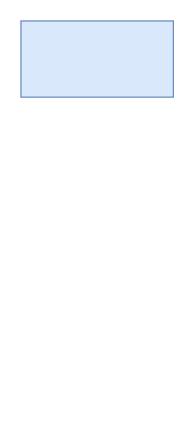
This is mysql.drawio from cuitao1998/diagram, a draw.io file, before an edit. Source tidied: cells renumbered, new cells numbered last; positions are measured from the earlier drawing's top-left corner, leaving out a move shared by most shapes. Both pictures are drawn from the tidied source at 127%, with x=0, y=0 at pixel (20, 20).
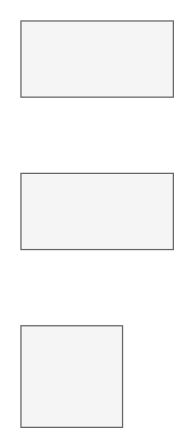
Above is the later version.

What changed in the source:
```diff
@@
 <mxGraphModel>
   <root>
     <mxCell id="0" />
     <mxCell id="1" parent="0" />
-    <mxCell id="2" style="rounded=0;whiteSpace=wrap;html=1;fillColor=#dae8fc;strokeColor=#6c8ebf;" parent="1" vertex="1">
+    <mxCell id="2" style="rounded=0;whiteSpace=wrap;html=1;fillColor=#f5f5f5;fontColor=#333333;strokeColor=#666666;" parent="1" vertex="1">
       <mxGeometry width="120" height="60" as="geometry" />
     </mxCell>
+    <mxCell id="3" style="rounded=0;whiteSpace=wrap;html=1;fillColor=#f5f5f5;fontColor=#333333;strokeColor=#666666;" parent="1" vertex="1">
+      <mxGeometry y="120" width="120" height="60" as="geometry" />
+    </mxCell>
+    <mxCell id="4" style="whiteSpace=wrap;html=1;fillColor=#f5f5f5;fontColor=#333333;strokeColor=#666666;" parent="1" vertex="1">
+      <mxGeometry y="240" width="80" height="80" as="geometry" />
+    </mxCell>
   </root>
 </mxGraphModel>
```
